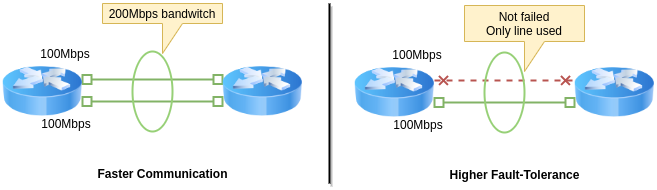
Earlier version of the draw.io export lacp-benefits.png (edgardcunha/lacp-tutorial). Source tidied: cells renumbered, new cells last; positions are measured from the earlier drawing's top-left corner, leaving out a move shared by most shapes.
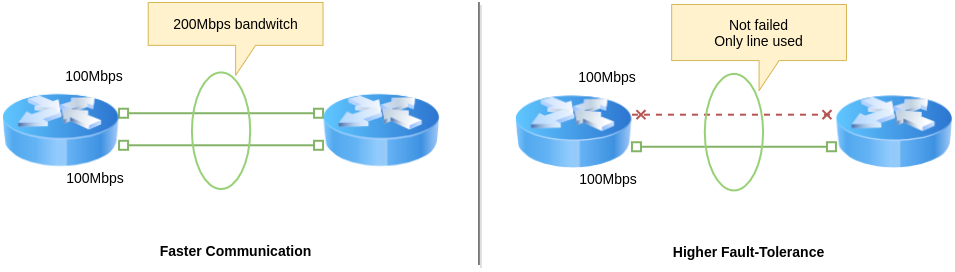
After the commit.

The edit, as a diff of the source:
```diff
@@ -2,76 +2,79 @@
   <root>
     <mxCell id="0" />
     <mxCell id="1" parent="0" />
+    <mxCell id="21" style="group;" parent="1" vertex="1">
+      <mxGeometry y="8" width="950" height="263.7" as="geometry" />
+    </mxCell>
-    <mxCell id="2" style="rounded=0;orthogonalLoop=1;jettySize=auto;html=1;shadow=0;strokeWidth=2;endArrow=box;endFill=0;startArrow=box;startFill=0;fillColor=#d5e8d4;strokeColor=#82b366;" parent="1" edge="1">
+    <mxCell id="2" style="rounded=0;orthogonalLoop=1;jettySize=auto;html=1;shadow=0;strokeWidth=2;endArrow=box;endFill=0;startArrow=box;startFill=0;fillColor=#d5e8d4;strokeColor=#82b366;" parent="21" edge="1">
       <mxGeometry relative="1" as="geometry">
-        <mxPoint x="80" y="76" as="sourcePoint" />
-        <mxPoint x="220" y="76" as="targetPoint" />
+        <mxPoint x="116.6" y="110.7" as="sourcePoint" />
+        <mxPoint x="320.6" y="110.7" as="targetPoint" />
       </mxGeometry>
     </mxCell>
-    <mxCell id="3" style="rounded=0;orthogonalLoop=1;jettySize=auto;html=1;startArrow=box;startFill=0;strokeWidth=2;endArrow=box;endFill=0;fillColor=#d5e8d4;strokeColor=#82b366;" parent="1" edge="1">
+    <mxCell id="3" style="rounded=0;orthogonalLoop=1;jettySize=auto;html=1;startArrow=box;startFill=0;strokeWidth=2;endArrow=box;endFill=0;fillColor=#d5e8d4;strokeColor=#82b366;" parent="21" edge="1">
       <mxGeometry relative="1" as="geometry">
-        <mxPoint x="80" y="98" as="sourcePoint" />
-        <mxPoint x="220" y="98" as="targetPoint" />
+        <mxPoint x="116.6" y="142.8" as="sourcePoint" />
+        <mxPoint x="320.6" y="142.8" as="targetPoint" />
       </mxGeometry>
     </mxCell>
-    <mxCell id="4" style="image;html=1;image=img/lib/clip_art/networking/Router_Icon_128x128.png;shadow=0;" parent="1" vertex="1">
-      <mxGeometry y="48" width="80" height="80" as="geometry" />
+    <mxCell id="4" style="image;html=1;image=img/lib/clip_art/networking/Router_Icon_128x128.png;shadow=0;" parent="21" vertex="1">
+      <mxGeometry y="69.9" width="116.6" height="116.6" as="geometry" />
     </mxCell>
-    <mxCell id="5" style="image;html=1;image=img/lib/clip_art/networking/Router_Icon_128x128.png;" parent="1" vertex="1">
-      <mxGeometry x="220" y="48" width="80" height="80" as="geometry" />
+    <mxCell id="5" style="image;html=1;image=img/lib/clip_art/networking/Router_Icon_128x128.png;" parent="21" vertex="1">
+      <mxGeometry x="320.6" y="69.9" width="116.6" height="116.6" as="geometry" />
     </mxCell>
-    <mxCell id="6" value="100Mbps" style="text;html=1;strokeColor=none;fillColor=none;align=center;verticalAlign=middle;whiteSpace=wrap;rounded=0;" parent="1" vertex="1">
-      <mxGeometry x="44" y="110" width="40" height="20" as="geometry" />
+    <mxCell id="6" value="&lt;font style=&quot;font-size: 14px&quot;&gt;100Mbps&lt;/font&gt;" style="text;html=1;strokeColor=none;fillColor=none;align=center;verticalAlign=middle;whiteSpace=wrap;rounded=0;" parent="21" vertex="1">
+      <mxGeometry x="64.1" y="160.3" width="58.3" height="29.1" as="geometry" />
     </mxCell>
-    <mxCell id="7" value="100Mbps" style="text;html=1;strokeColor=none;fillColor=none;align=center;verticalAlign=middle;whiteSpace=wrap;rounded=0;" parent="1" vertex="1">
-      <mxGeometry x="43" y="40" width="40" height="20" as="geometry" />
+    <mxCell id="7" value="&lt;font style=&quot;font-size: 14px&quot;&gt;100Mbps&lt;/font&gt;" style="text;html=1;strokeColor=none;fillColor=none;align=center;verticalAlign=middle;whiteSpace=wrap;rounded=0;" parent="21" vertex="1">
+      <mxGeometry x="62.7" y="58.3" width="58.3" height="29.1" as="geometry" />
     </mxCell>
-    <mxCell id="8" style="ellipse;whiteSpace=wrap;html=1;shadow=0;fillColor=none;strokeColor=#97D077;strokeWidth=2;" parent="1" vertex="1">
-      <mxGeometry x="130" y="48" width="40" height="80" as="geometry" />
+    <mxCell id="8" style="ellipse;whiteSpace=wrap;html=1;shadow=0;fillColor=none;strokeColor=#97D077;strokeWidth=2;" parent="21" vertex="1">
+      <mxGeometry x="189.4" y="69.9" width="58.3" height="116.6" as="geometry" />
     </mxCell>
-    <mxCell id="9" value="&lt;b&gt;Faster Communication&lt;/b&gt;" style="text;html=1;strokeColor=none;fillColor=none;align=center;verticalAlign=middle;whiteSpace=wrap;rounded=0;shadow=0;" parent="1" vertex="1">
-      <mxGeometry x="92.5" y="160" width="135" height="20" as="geometry" />
+    <mxCell id="9" value="&lt;b&gt;&lt;font style=&quot;font-size: 14px&quot;&gt;Faster Communication&lt;/font&gt;&lt;/b&gt;" style="text;html=1;strokeColor=none;fillColor=none;align=center;verticalAlign=middle;whiteSpace=wrap;rounded=0;shadow=0;" parent="21" vertex="1">
+      <mxGeometry x="134.8" y="233.1" width="196.7" height="29.1" as="geometry" />
     </mxCell>
-    <mxCell id="10" value="200Mbps bandwitch" style="shape=callout;whiteSpace=wrap;html=1;perimeter=calloutPerimeter;shadow=0;fillColor=#fff2cc;strokeColor=#d6b656;" parent="1" vertex="1">
-      <mxGeometry x="100" width="120" height="50" as="geometry" />
+    <mxCell id="10" value="&lt;font style=&quot;font-size: 14px&quot;&gt;200Mbps bandwitch&lt;/font&gt;" style="shape=callout;whiteSpace=wrap;html=1;perimeter=calloutPerimeter;shadow=0;fillColor=#fff2cc;strokeColor=#d6b656;" parent="21" vertex="1">
+      <mxGeometry x="145.7" width="174.8" height="72.9" as="geometry" />
     </mxCell>
-    <mxCell id="11" style="rounded=0;orthogonalLoop=1;jettySize=auto;html=1;shadow=0;strokeWidth=2;endArrow=cross;endFill=0;startArrow=cross;startFill=0;fillColor=#f8cecc;strokeColor=#b85450;dashed=1;" parent="1" edge="1">
+    <mxCell id="11" style="rounded=0;orthogonalLoop=1;jettySize=auto;html=1;shadow=0;strokeWidth=2;endArrow=cross;endFill=0;startArrow=cross;startFill=0;fillColor=#f8cecc;strokeColor=#b85450;dashed=1;" parent="21" edge="1">
       <mxGeometry relative="1" as="geometry">
-        <mxPoint x="432" y="77" as="sourcePoint" />
-        <mxPoint x="572" y="77" as="targetPoint" />
+        <mxPoint x="629.4" y="112.2" as="sourcePoint" />
+        <mxPoint x="833.4" y="112.2" as="targetPoint" />
       </mxGeometry>
     </mxCell>
-    <mxCell id="12" style="rounded=0;orthogonalLoop=1;jettySize=auto;html=1;startArrow=box;startFill=0;strokeWidth=2;endArrow=box;endFill=0;fillColor=#d5e8d4;strokeColor=#82b366;" parent="1" edge="1">
+    <mxCell id="12" style="rounded=0;orthogonalLoop=1;jettySize=auto;html=1;startArrow=box;startFill=0;strokeWidth=2;endArrow=box;endFill=0;fillColor=#d5e8d4;strokeColor=#82b366;" parent="21" edge="1">
       <mxGeometry relative="1" as="geometry">
-        <mxPoint x="432" y="99" as="sourcePoint" />
-        <mxPoint x="572" y="99" as="targetPoint" />
+        <mxPoint x="629.4" y="144.3" as="sourcePoint" />
+        <mxPoint x="833.4" y="144.3" as="targetPoint" />
       </mxGeometry>
     </mxCell>
-    <mxCell id="13" style="image;html=1;image=img/lib/clip_art/networking/Router_Icon_128x128.png;shadow=0;" parent="1" vertex="1">
-      <mxGeometry x="352" y="49" width="80" height="80" as="geometry" />
+    <mxCell id="13" style="image;html=1;image=img/lib/clip_art/networking/Router_Icon_128x128.png;shadow=0;" parent="21" vertex="1">
+      <mxGeometry x="512.9" y="71.4" width="116.6" height="116.6" as="geometry" />
     </mxCell>
-    <mxCell id="14" style="image;html=1;image=img/lib/clip_art/networking/Router_Icon_128x128.png;" parent="1" vertex="1">
-      <mxGeometry x="572" y="49" width="80" height="80" as="geometry" />
+    <mxCell id="14" style="image;html=1;image=img/lib/clip_art/networking/Router_Icon_128x128.png;" parent="21" vertex="1">
+      <mxGeometry x="833.4" y="71.4" width="116.6" height="116.6" as="geometry" />
     </mxCell>
-    <mxCell id="15" value="100Mbps" style="text;html=1;strokeColor=none;fillColor=none;align=center;verticalAlign=middle;whiteSpace=wrap;rounded=0;" parent="1" vertex="1">
-      <mxGeometry x="396" y="111" width="40" height="20" as="geometry" />
+    <mxCell id="15" value="&lt;font style=&quot;font-size: 14px&quot;&gt;100Mbps&lt;/font&gt;" style="text;html=1;strokeColor=none;fillColor=none;align=center;verticalAlign=middle;whiteSpace=wrap;rounded=0;" parent="21" vertex="1">
+      <mxGeometry x="577" y="161.7" width="58.3" height="29.1" as="geometry" />
     </mxCell>
-    <mxCell id="16" value="100Mbps" style="text;html=1;strokeColor=none;fillColor=none;align=center;verticalAlign=middle;whiteSpace=wrap;rounded=0;" parent="1" vertex="1">
-      <mxGeometry x="395" y="41" width="40" height="20" as="geometry" />
+    <mxCell id="16" value="&lt;font style=&quot;font-size: 14px&quot;&gt;100Mbps&lt;/font&gt;" style="text;html=1;strokeColor=none;fillColor=none;align=center;verticalAlign=middle;whiteSpace=wrap;rounded=0;" parent="21" vertex="1">
+      <mxGeometry x="575.5" y="59.7" width="58.3" height="29.1" as="geometry" />
     </mxCell>
-    <mxCell id="17" style="ellipse;whiteSpace=wrap;html=1;shadow=0;fillColor=none;strokeColor=#97D077;strokeWidth=2;" parent="1" vertex="1">
-      <mxGeometry x="482" y="49" width="40" height="80" as="geometry" />
+    <mxCell id="17" style="ellipse;whiteSpace=wrap;html=1;shadow=0;fillColor=none;strokeColor=#97D077;strokeWidth=2;" parent="21" vertex="1">
+      <mxGeometry x="702.3" y="71.4" width="58.3" height="116.6" as="geometry" />
     </mxCell>
-    <mxCell id="18" value="&lt;b&gt;Higher Fault-Tolerance&lt;/b&gt;" style="text;html=1;strokeColor=none;fillColor=none;align=center;verticalAlign=middle;whiteSpace=wrap;rounded=0;shadow=0;" parent="1" vertex="1">
-      <mxGeometry x="444.5" y="161" width="135" height="20" as="geometry" />
+    <mxCell id="18" value="&lt;b&gt;&lt;font style=&quot;font-size: 14px&quot;&gt;Higher Fault-Tolerance&lt;/font&gt;&lt;/b&gt;" style="text;html=1;strokeColor=none;fillColor=none;align=center;verticalAlign=middle;whiteSpace=wrap;rounded=0;shadow=0;" parent="21" vertex="1">
+      <mxGeometry x="647.7" y="234.6" width="196.7" height="29.1" as="geometry" />
     </mxCell>
-    <mxCell id="19" value="Not failed&lt;br&gt;Only line used" style="shape=callout;whiteSpace=wrap;html=1;perimeter=calloutPerimeter;shadow=0;fillColor=#fff2cc;strokeColor=#d6b656;position2=0.5;" parent="1" vertex="1">
-      <mxGeometry x="462" y="2" width="120" height="66" as="geometry" />
+    <mxCell id="19" value="&lt;font style=&quot;font-size: 14px&quot;&gt;Not failed&lt;br&gt;Only line used&lt;/font&gt;" style="shape=callout;whiteSpace=wrap;html=1;perimeter=calloutPerimeter;shadow=0;fillColor=#fff2cc;strokeColor=#d6b656;position2=0.5;" parent="21" vertex="1">
+      <mxGeometry x="669.2" y="2" width="174.8" height="86.1" as="geometry" />
     </mxCell>
-    <mxCell id="20" style="endArrow=none;html=1;shadow=1;strokeWidth=2;" parent="1" edge="1">
+    <mxCell id="20" style="endArrow=none;html=1;shadow=1;strokeWidth=1;" parent="21" edge="1">
       <mxGeometry relative="1" as="geometry">
-        <mxPoint x="327" y="180" as="sourcePoint" />
-        <mxPoint x="327" as="targetPoint" />
+        <mxPoint x="476.5" y="262.3" as="sourcePoint" />
+        <mxPoint x="476.5" as="targetPoint" />
       </mxGeometry>
     </mxCell>
   </root>
```
